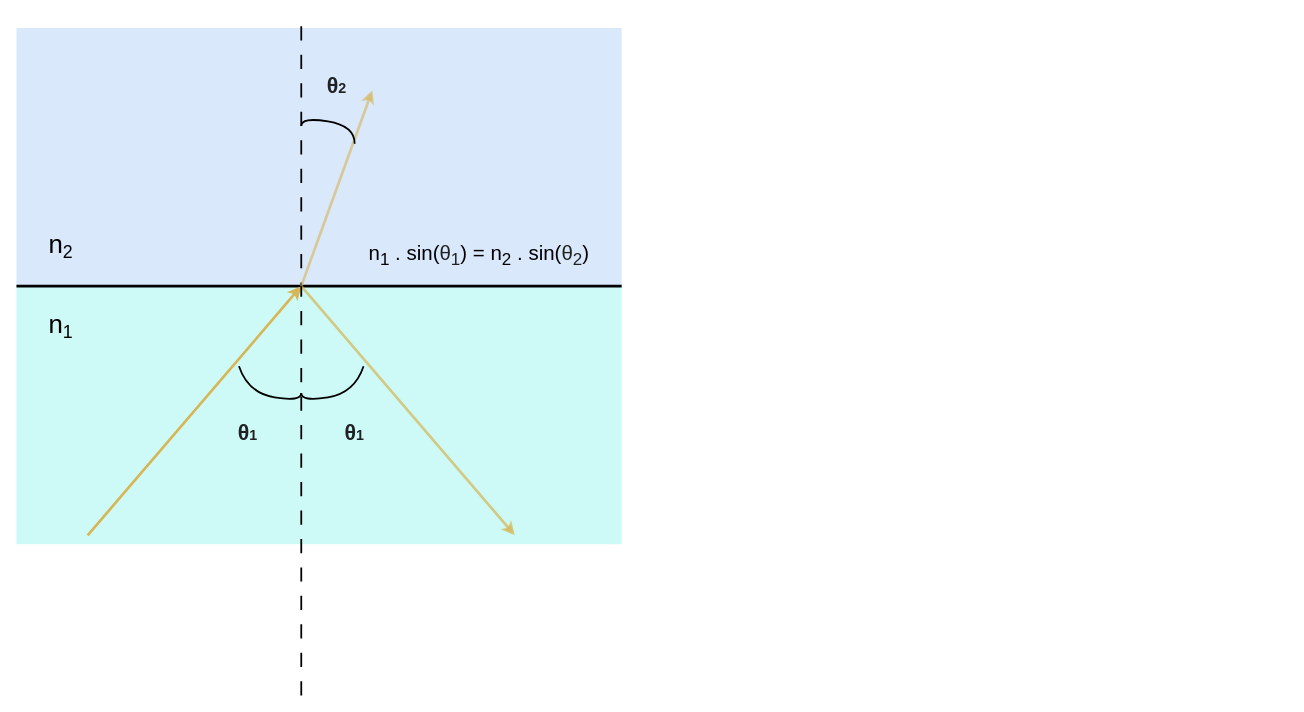
Above: docs/schémas électronique/refraction.drawio in AlexandreDoneux/TFE (draw.io), before the change. Source tidied: cells renumbered, new cells numbered last; positions are measured from the earlier drawing's top-left corner, leaving out a move shared by most shapes. Both pictures are drawn from the tidied source at 89%, with x=0, y=0 at pixel (16, 19).
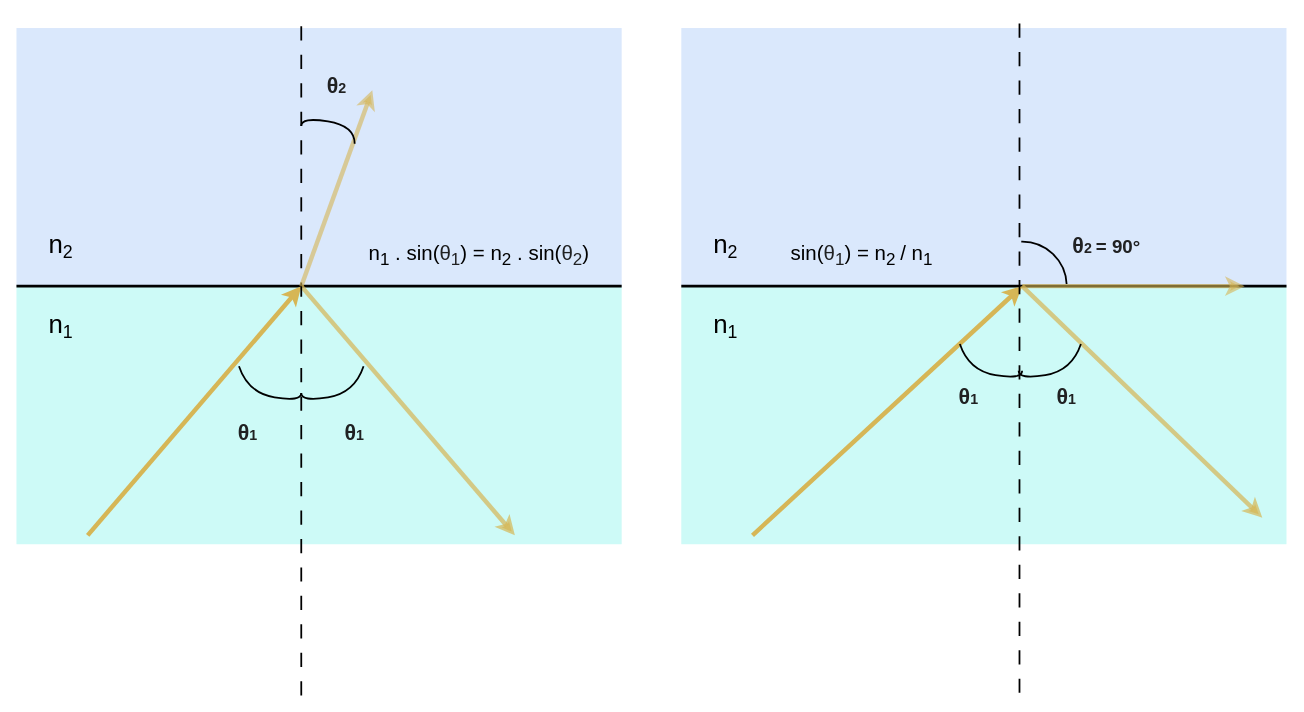
After the change.

Unchanged cells that the change refers to:
```xml
<mxCell id="3" style="rounded=0;whiteSpace=wrap;html=1;fontSize=20;fillColor=#dae8fc;strokeColor=none;" parent="1" vertex="1">
  <mxGeometry y="10" width="680" height="290" as="geometry" />
</mxCell>
```

The edit, as a diff of the source:
```diff
@@
-    <mxCell id="5" style="endArrow=classic;html=1;strokeWidth=3;endFill=1;fillColor=#fff2cc;strokeColor=#d6b656;" parent="1" edge="1">
+    <mxCell id="5" style="endArrow=classic;html=1;strokeWidth=5;endFill=1;fillColor=#fff2cc;strokeColor=#d6b656;" parent="1" edge="1">
       <mxGeometry relative="1" as="geometry">
         <mxPoint x="80" y="580" as="sourcePoint" />
         <mxPoint x="320" y="300" as="targetPoint" />
       </mxGeometry>
     </mxCell>
-    <mxCell id="6" style="endArrow=classic;html=1;strokeWidth=3;endFill=1;fillColor=#fff2cc;strokeColor=#d6b656;opacity=70;" parent="1" edge="1">
+    <mxCell id="6" style="endArrow=classic;html=1;strokeWidth=5;endFill=1;fillColor=#fff2cc;strokeColor=#d6b656;opacity=70;" parent="1" edge="1">
       <mxGeometry relative="1" as="geometry">
         <mxPoint x="320" y="300" as="sourcePoint" />
         <mxPoint x="560" y="580" as="targetPoint" />
       </mxGeometry>
     </mxCell>
@@
-    <mxCell id="11" style="endArrow=classic;html=1;strokeWidth=3;endFill=1;fillColor=#fff2cc;strokeColor=#d6b656;entryX=0.588;entryY=0.241;entryDx=0;entryDy=0;entryPerimeter=0;opacity=60;" parent="1" edge="1" target="3">
+    <mxCell id="11" style="endArrow=classic;html=1;strokeWidth=5;endFill=1;fillColor=#fff2cc;strokeColor=#d6b656;entryX=0.588;entryY=0.241;entryDx=0;entryDy=0;entryPerimeter=0;opacity=60;" parent="1" edge="1" target="3">
       <mxGeometry relative="1" as="geometry">
         <mxPoint x="320" y="300" as="sourcePoint" />
       </mxGeometry>
     </mxCell>
@@
+    <mxCell id="19" style="rounded=0;whiteSpace=wrap;html=1;fontSize=20;fillColor=#CDFAF7;strokeColor=none;strokeWidth=9;" parent="1" vertex="1">
+      <mxGeometry x="747" y="300" width="680" height="290" as="geometry" />
+    </mxCell>
+    <mxCell id="20" style="rounded=0;whiteSpace=wrap;html=1;fontSize=20;fillColor=#dae8fc;strokeColor=none;" parent="1" vertex="1">
+      <mxGeometry x="747" y="10" width="680" height="290" as="geometry" />
+    </mxCell>
+    <mxCell id="21" style="endArrow=none;html=1;strokeWidth=3;" parent="1" edge="1">
+      <mxGeometry relative="1" as="geometry">
+        <mxPoint x="747" y="300" as="sourcePoint" />
+        <mxPoint x="1427" y="300" as="targetPoint" />
+      </mxGeometry>
+    </mxCell>
+    <mxCell id="22" style="endArrow=classic;html=1;strokeWidth=5;endFill=1;fillColor=#fff2cc;strokeColor=#d6b656;" parent="1" edge="1">
+      <mxGeometry relative="1" as="geometry">
+        <mxPoint x="827" y="580" as="sourcePoint" />
+        <mxPoint x="1130" y="300" as="targetPoint" />
+      </mxGeometry>
+    </mxCell>
+    <mxCell id="23" style="endArrow=classic;html=1;strokeWidth=5;endFill=1;fillColor=#fff2cc;strokeColor=#d6b656;opacity=70;entryX=0.96;entryY=0.897;entryDx=0;entryDy=0;entryPerimeter=0;" parent="1" edge="1" target="19">
+      <mxGeometry relative="1" as="geometry">
+        <mxPoint x="1130" y="300" as="sourcePoint" />
+      </mxGeometry>
+    </mxCell>
+    <mxCell id="24" style="endArrow=none;html=1;strokeWidth=2;dashed=1;dashPattern=8 8;startArrow=none;" parent="1" edge="1" source="19">
+      <mxGeometry relative="1" as="geometry">
+        <mxPoint x="1067" y="300" as="targetPoint" />
+      </mxGeometry>
+    </mxCell>
+    <mxCell id="25" value="n&lt;sub style=&quot;&quot;&gt;&lt;font style=&quot;font-size: 20px;&quot;&gt;1&lt;/font&gt;&lt;/sub&gt;" style="text;html=1;strokeColor=none;fillColor=none;align=center;verticalAlign=middle;whiteSpace=wrap;rounded=0;fontSize=29;" parent="1" vertex="1">
+      <mxGeometry x="767" y="330" width="60" height="30" as="geometry" />
+    </mxCell>
+    <mxCell id="26" value="n&lt;sub&gt;&lt;font style=&quot;font-size: 20px;&quot;&gt;2&lt;/font&gt;&lt;/sub&gt;" style="text;html=1;strokeColor=none;fillColor=none;align=center;verticalAlign=middle;whiteSpace=wrap;rounded=0;fontSize=29;" parent="1" vertex="1">
+      <mxGeometry x="767" y="240" width="60" height="30" as="geometry" />
+    </mxCell>
+    <mxCell id="27" style="endArrow=none;html=1;strokeWidth=2;dashed=1;dashPattern=8 8;" parent="1" edge="1">
+      <mxGeometry relative="1" as="geometry">
+        <mxPoint x="1127" y="757" as="sourcePoint" />
+        <mxPoint x="1127" y="-3" as="targetPoint" />
+      </mxGeometry>
+    </mxCell>
+    <mxCell id="28" style="endArrow=classic;html=1;strokeWidth=5;endFill=1;fillColor=#fff2cc;strokeColor=#d6b656;opacity=60;" parent="1" edge="1">
+      <mxGeometry relative="1" as="geometry">
+        <mxPoint x="1130" y="300" as="sourcePoint" />
+        <mxPoint x="1380" y="300" as="targetPoint" />
+      </mxGeometry>
+    </mxCell>
+    <mxCell id="29" style="curved=1;endArrow=none;html=1;strokeWidth=2;fontSize=20;endFill=0;" parent="1" edge="1">
+      <mxGeometry relative="1" as="geometry">
+        <mxPoint x="1060" y="365" as="sourcePoint" />
+        <mxPoint x="1130" y="395" as="targetPoint" />
+        <Array as="points">
+          <mxPoint x="1070" y="395" />
+          <mxPoint x="1130" y="405" />
+          <mxPoint x="1130" y="395" />
+        </Array>
+      </mxGeometry>
+    </mxCell>
+    <mxCell id="30" style="curved=1;endArrow=none;html=1;strokeWidth=2;fontSize=20;endFill=0;" parent="1" edge="1">
+      <mxGeometry relative="1" as="geometry">
+        <mxPoint x="1196" y="365" as="sourcePoint" />
+        <mxPoint x="1126" y="395" as="targetPoint" />
+        <Array as="points">
+          <mxPoint x="1186" y="395" />
+          <mxPoint x="1126" y="405" />
+          <mxPoint x="1126" y="395" />
+        </Array>
+      </mxGeometry>
+    </mxCell>
+    <mxCell id="31" value="&lt;b style=&quot;caret-color: rgb(32, 33, 34); color: rgb(32, 33, 34); font-family: sans-serif; text-align: start; text-size-adjust: auto;&quot;&gt;&lt;font style=&quot;font-size: 24px;&quot;&gt;θ&lt;/font&gt;&lt;font style=&quot;&quot;&gt;&lt;span style=&quot;font-size: 16px;&quot;&gt;2 &lt;/span&gt;&lt;font style=&quot;font-size: 21px;&quot;&gt;= 90°&lt;/font&gt;&lt;/font&gt;&lt;/b&gt;" style="text;html=1;strokeColor=none;fillColor=none;align=center;verticalAlign=middle;whiteSpace=wrap;rounded=0;fontSize=20;" parent="1" vertex="1">
+      <mxGeometry x="1180" y="235" width="90" height="40" as="geometry" />
+    </mxCell>
+    <mxCell id="32" value="&lt;b style=&quot;caret-color: rgb(32, 33, 34); color: rgb(32, 33, 34); font-family: sans-serif; text-align: start; text-size-adjust: auto;&quot;&gt;&lt;font style=&quot;font-size: 24px;&quot;&gt;θ&lt;/font&gt;&lt;font style=&quot;font-size: 16px;&quot;&gt;1&lt;/font&gt;&lt;/b&gt;" style="text;html=1;strokeColor=none;fillColor=none;align=center;verticalAlign=middle;whiteSpace=wrap;rounded=0;fontSize=20;" parent="1" vertex="1">
+      <mxGeometry x="1040" y="410" width="60" height="30" as="geometry" />
+    </mxCell>
+    <mxCell id="33" value="&lt;b style=&quot;caret-color: rgb(32, 33, 34); color: rgb(32, 33, 34); font-family: sans-serif; text-align: start; text-size-adjust: auto;&quot;&gt;&lt;font style=&quot;font-size: 24px;&quot;&gt;θ&lt;/font&gt;&lt;font style=&quot;font-size: 16px;&quot;&gt;1&lt;/font&gt;&lt;/b&gt;" style="text;html=1;strokeColor=none;fillColor=none;align=center;verticalAlign=middle;whiteSpace=wrap;rounded=0;fontSize=20;" parent="1" vertex="1">
+      <mxGeometry x="1150" y="410" width="60" height="30" as="geometry" />
+    </mxCell>
+    <mxCell id="34" style="verticalLabelPosition=bottom;verticalAlign=top;html=1;shape=mxgraph.basic.arc;strokeColor=#000000;strokeWidth=2;startAngle=0.9968173254495136;endAngle=0.24260277564981347;" parent="1" vertex="1">
+      <mxGeometry x="1080" y="250" width="100" height="100" as="geometry" />
+    </mxCell>
+    <mxCell id="35" value="&lt;font style=&quot;font-size: 23px;&quot;&gt;sin(&lt;span style=&quot;border-color: var(--border-color); caret-color: rgb(32, 33, 34); color: rgb(32, 33, 34); font-family: sans-serif; text-align: start; text-size-adjust: auto;&quot;&gt;&lt;font style=&quot;border-color: var(--border-color); font-size: 23px;&quot;&gt;θ&lt;/font&gt;&lt;font style=&quot;border-color: var(--border-color); font-size: 23px;&quot;&gt;&lt;sub&gt;1&lt;/sub&gt;&lt;/font&gt;&lt;/span&gt;) = n&lt;sub style=&quot;&quot;&gt;2 &lt;/sub&gt;/ n&lt;sub&gt;1&lt;/sub&gt;&lt;/font&gt;" style="text;html=1;strokeColor=none;fillColor=none;align=center;verticalAlign=middle;whiteSpace=wrap;rounded=0;" parent="1" vertex="1">
+      <mxGeometry x="670" y="220" width="560" height="90" as="geometry" />
+    </mxCell>
```
